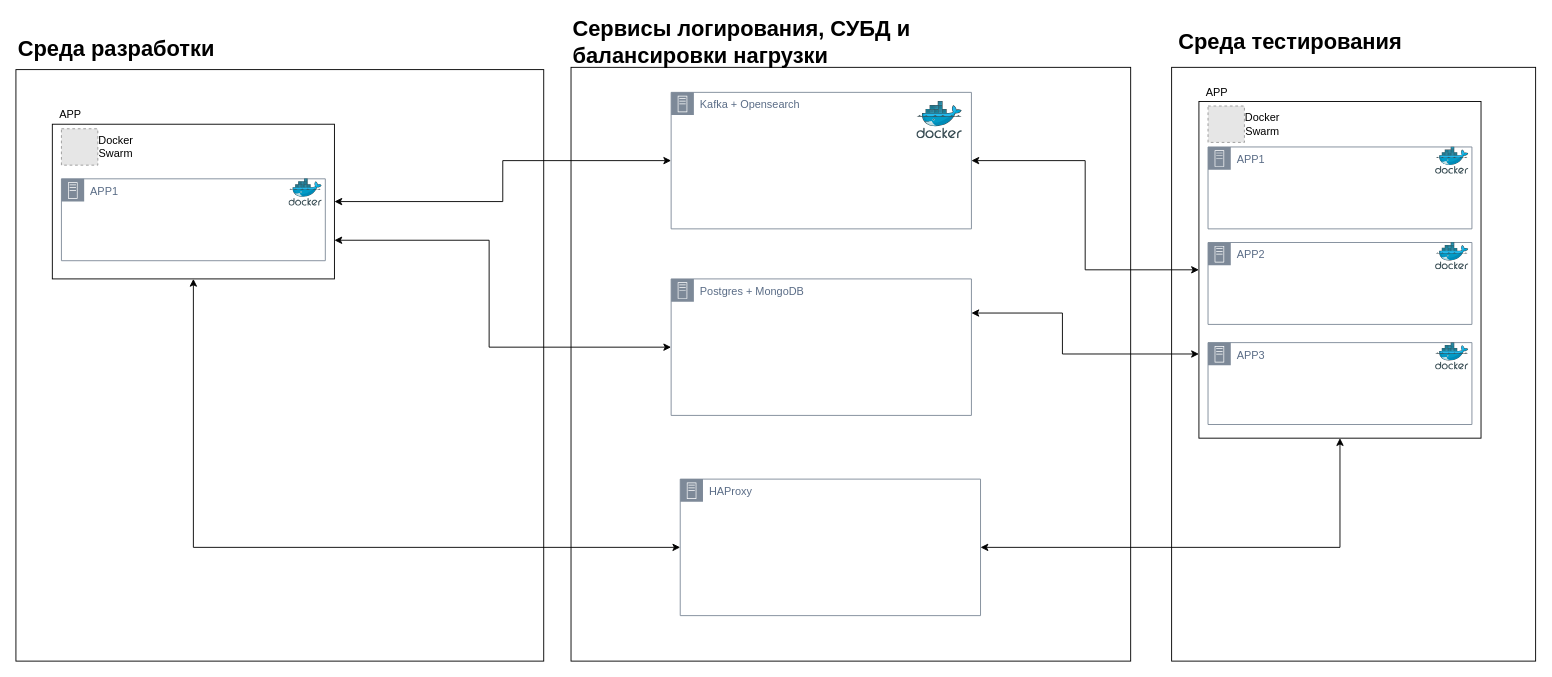
The draw.io diagram page "Среда разработки/среда тестирования" (1 of 2) of Диаграмма без названия.drawio in SamRozhkov/DocTrix, before the edit. Source tidied: cells renumbered, new cells numbered last; positions are measured from the earlier drawing's top-left corner, leaving out a move shared by most shapes. Both pictures are drawn from the tidied source at 91%, with x=0, y=0 at pixel (15, 24). Pictures stored in the file or linked from it are replaced by grey dashed boxes.
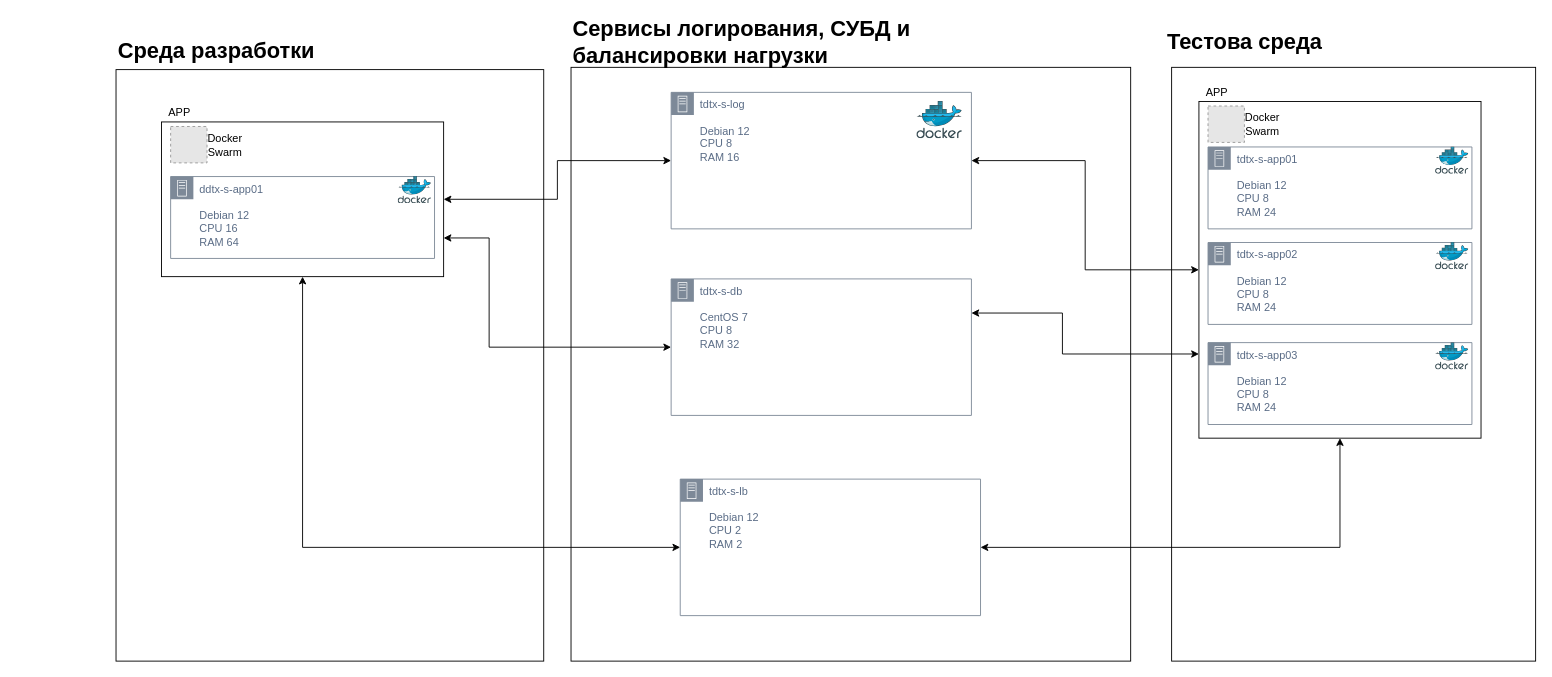
The same page after the edit.

Diff of the diagram source:
```diff
@@
     <mxCell id="3" style="whiteSpace=wrap;html=1;" parent="1" vertex="1">
-      <mxGeometry y="50" width="580" height="650" as="geometry" />
+      <mxGeometry x="110" y="50" width="470" height="650" as="geometry" />
     </mxCell>
     <mxCell id="4" value="Среда разработки" style="text;strokeColor=none;fillColor=none;html=1;fontSize=24;fontStyle=1;verticalAlign=middle;align=center;" parent="1" vertex="1">
-      <mxGeometry x="60" y="7.5" width="100" height="40" as="geometry" />
+      <mxGeometry x="170" y="10" width="100" height="40" as="geometry" />
     </mxCell>
-    <mxCell id="5" value="Kafka + Opensearch&lt;div&gt;&lt;br&gt;&lt;/div&gt;" style="points=[[0,0],[0.25,0],[0.5,0],[0.75,0],[1,0],[1,0.25],[1,0.5],[1,0.75],[1,1],[0.75,1],[0.5,1],[0.25,1],[0,1],[0,0.75],[0,0.5],[0,0.25]];outlineConnect=0;gradientColor=none;html=1;whiteSpace=wrap;fontSize=12;fontStyle=0;shape=mxgraph.aws4.group;grIcon=mxgraph.aws4.group_on_premise;strokeColor=#7D8998;fillColor=none;verticalAlign=top;align=left;spacingLeft=30;fontColor=#5A6C86;dashed=0;" parent="1" vertex="1">
+    <mxCell id="5" value="tdtx-s-log&lt;div&gt;&lt;br&gt;&lt;/div&gt;&lt;div&gt;Debian 12&lt;/div&gt;&lt;div&gt;CPU 8&lt;br&gt;RAM 16&lt;/div&gt;" style="points=[[0,0],[0.25,0],[0.5,0],[0.75,0],[1,0],[1,0.25],[1,0.5],[1,0.75],[1,1],[0.75,1],[0.5,1],[0.25,1],[0,1],[0,0.75],[0,0.5],[0,0.25]];outlineConnect=0;gradientColor=none;html=1;whiteSpace=wrap;fontSize=12;fontStyle=0;shape=mxgraph.aws4.group;grIcon=mxgraph.aws4.group_on_premise;strokeColor=#7D8998;fillColor=none;verticalAlign=top;align=left;spacingLeft=30;fontColor=#5A6C86;dashed=0;" parent="1" vertex="1">
       <mxGeometry x="720" y="75" width="330" height="150" as="geometry" />
     </mxCell>
@@
-    <mxCell id="9" style="whiteSpace=wrap;html=1;" parent="1" vertex="1">
-      <mxGeometry x="40" y="110" width="310" height="170" as="geometry" />
+    <mxCell id="9" style="whiteSpace=wrap;html=1;align=center;" parent="1" vertex="1">
+      <mxGeometry x="160" y="107.5" width="310" height="170" as="geometry" />
     </mxCell>
     <mxCell id="10" style="fillColor=#E6E6E6;strokeColor=#999999;dashed=1;html=1;verticalAlign=top;verticalLabelPosition=bottom;labelBackgroundColor=#ffffff;" parent="1" vertex="1">
-      <mxGeometry x="50" y="115" width="40" height="40" as="geometry" />
+      <mxGeometry x="170" y="112.5" width="40" height="40" as="geometry" />
     </mxCell>
     <mxCell id="11" value="Docker Swarm" style="text;html=1;align=center;verticalAlign=middle;whiteSpace=wrap;rounded=0;" parent="1" vertex="1">
-      <mxGeometry x="80" y="120" width="60" height="30" as="geometry" />
+      <mxGeometry x="200" y="117.5" width="60" height="30" as="geometry" />
     </mxCell>
     <mxCell id="12" value="APP" style="text;html=1;align=center;verticalAlign=middle;whiteSpace=wrap;rounded=0;" parent="1" vertex="1">
-      <mxGeometry x="30" y="85" width="60" height="30" as="geometry" />
+      <mxGeometry x="150" y="82.5" width="60" height="30" as="geometry" />
     </mxCell>
@@
-    <mxCell id="14" value="Среда тестирования" style="text;strokeColor=none;fillColor=none;html=1;fontSize=24;fontStyle=1;verticalAlign=middle;align=center;" parent="1" vertex="1">
-      <mxGeometry x="1350" width="100" height="40" as="geometry" />
+    <mxCell id="14" value="Тестова среда" style="text;strokeColor=none;fillColor=none;html=1;fontSize=24;fontStyle=1;verticalAlign=middle;align=center;" parent="1" vertex="1">
+      <mxGeometry x="1300" width="100" height="40" as="geometry" />
     </mxCell>
@@
-    <mxCell id="21" value="APP1&lt;div&gt;&lt;br&gt;&lt;/div&gt;" style="gradientColor=none;html=1;whiteSpace=wrap;fontSize=12;fontStyle=0;shape=mxgraph.aws4.group;grIcon=mxgraph.aws4.group_on_premise;strokeColor=#7D8998;fillColor=none;verticalAlign=top;align=left;spacingLeft=30;fontColor=#5A6C86;dashed=0;" parent="1" vertex="1">
+    <mxCell id="21" value="tdtx-s-app01&lt;div&gt;&lt;br&gt;&lt;/div&gt;&lt;div&gt;Debian 12&lt;br&gt;CPU 8&lt;br&gt;RAM 24&lt;/div&gt;" style="gradientColor=none;html=1;whiteSpace=wrap;fontSize=12;fontStyle=0;shape=mxgraph.aws4.group;grIcon=mxgraph.aws4.group_on_premise;strokeColor=#7D8998;fillColor=none;verticalAlign=top;align=left;spacingLeft=30;fontColor=#5A6C86;dashed=0;" parent="1" vertex="1">
       <mxGeometry x="1310" y="135" width="290" height="90" as="geometry" />
     </mxCell>
@@
-    <mxCell id="23" value="&lt;div&gt;APP2&lt;/div&gt;" style="gradientColor=none;html=1;whiteSpace=wrap;fontSize=12;fontStyle=0;shape=mxgraph.aws4.group;grIcon=mxgraph.aws4.group_on_premise;strokeColor=#7D8998;fillColor=none;verticalAlign=top;align=left;spacingLeft=30;fontColor=#5A6C86;dashed=0;" parent="1" vertex="1">
+    <mxCell id="23" value="tdtx-s-app02&lt;div&gt;&lt;br&gt;&lt;/div&gt;&lt;div&gt;Debian 12&lt;br&gt;CPU 8&lt;br&gt;RAM 24&lt;br&gt;&lt;/div&gt;" style="gradientColor=none;html=1;whiteSpace=wrap;fontSize=12;fontStyle=0;shape=mxgraph.aws4.group;grIcon=mxgraph.aws4.group_on_premise;strokeColor=#7D8998;fillColor=none;verticalAlign=top;align=left;spacingLeft=30;fontColor=#5A6C86;dashed=0;" parent="1" vertex="1">
       <mxGeometry x="1310" y="240" width="290" height="90" as="geometry" />
     </mxCell>
@@
-    <mxCell id="25" value="&lt;div&gt;APP3&lt;/div&gt;&lt;div&gt;&lt;br&gt;&lt;/div&gt;" style="gradientColor=none;html=1;whiteSpace=wrap;fontSize=12;fontStyle=0;shape=mxgraph.aws4.group;grIcon=mxgraph.aws4.group_on_premise;strokeColor=#7D8998;fillColor=none;verticalAlign=top;align=left;spacingLeft=30;fontColor=#5A6C86;dashed=0;" parent="1" vertex="1">
+    <mxCell id="25" value="tdtx-s-app03&lt;div&gt;&lt;br&gt;&lt;/div&gt;&lt;div&gt;Debian 12&lt;br&gt;CPU 8&lt;br&gt;RAM 24&lt;br&gt;&lt;/div&gt;" style="gradientColor=none;html=1;whiteSpace=wrap;fontSize=12;fontStyle=0;shape=mxgraph.aws4.group;grIcon=mxgraph.aws4.group_on_premise;strokeColor=#7D8998;fillColor=none;verticalAlign=top;align=left;spacingLeft=30;fontColor=#5A6C86;dashed=0;" parent="1" vertex="1">
       <mxGeometry x="1310" y="350" width="290" height="90" as="geometry" />
     </mxCell>
@@
-    <mxCell id="28" value="Postgres + MongoDB" style="points=[[0,0],[0.25,0],[0.5,0],[0.75,0],[1,0],[1,0.25],[1,0.5],[1,0.75],[1,1],[0.75,1],[0.5,1],[0.25,1],[0,1],[0,0.75],[0,0.5],[0,0.25]];outlineConnect=0;gradientColor=none;html=1;whiteSpace=wrap;fontSize=12;fontStyle=0;shape=mxgraph.aws4.group;grIcon=mxgraph.aws4.group_on_premise;strokeColor=#7D8998;fillColor=none;verticalAlign=top;align=left;spacingLeft=30;fontColor=#5A6C86;dashed=0;" parent="1" vertex="1">
+    <mxCell id="28" value="tdtx-s-db&lt;div&gt;&lt;br&gt;&lt;/div&gt;&lt;div&gt;CentOS 7&lt;/div&gt;&lt;div&gt;CPU 8&lt;/div&gt;&lt;div&gt;RAM 32&lt;/div&gt;" style="points=[[0,0],[0.25,0],[0.5,0],[0.75,0],[1,0],[1,0.25],[1,0.5],[1,0.75],[1,1],[0.75,1],[0.5,1],[0.25,1],[0,1],[0,0.75],[0,0.5],[0,0.25]];outlineConnect=0;gradientColor=none;html=1;whiteSpace=wrap;fontSize=12;fontStyle=0;shape=mxgraph.aws4.group;grIcon=mxgraph.aws4.group_on_premise;strokeColor=#7D8998;fillColor=none;verticalAlign=top;align=left;spacingLeft=30;fontColor=#5A6C86;dashed=0;" parent="1" vertex="1">
       <mxGeometry x="720" y="280" width="330" height="150" as="geometry" />
     </mxCell>
@@
-    <mxCell id="31" value="HAProxy" style="points=[[0,0],[0.25,0],[0.5,0],[0.75,0],[1,0],[1,0.25],[1,0.5],[1,0.75],[1,1],[0.75,1],[0.5,1],[0.25,1],[0,1],[0,0.75],[0,0.5],[0,0.25]];outlineConnect=0;gradientColor=none;html=1;whiteSpace=wrap;fontSize=12;fontStyle=0;shape=mxgraph.aws4.group;grIcon=mxgraph.aws4.group_on_premise;strokeColor=#7D8998;fillColor=none;verticalAlign=top;align=left;spacingLeft=30;fontColor=#5A6C86;dashed=0;" parent="1" vertex="1">
+    <mxCell id="31" value="tdtx-s-lb&lt;div&gt;&lt;br&gt;&lt;/div&gt;&lt;div&gt;Debian 12&lt;br&gt;CPU 2&lt;br&gt;RAM 2&lt;/div&gt;" style="points=[[0,0],[0.25,0],[0.5,0],[0.75,0],[1,0],[1,0.25],[1,0.5],[1,0.75],[1,1],[0.75,1],[0.5,1],[0.25,1],[0,1],[0,0.75],[0,0.5],[0,0.25]];outlineConnect=0;gradientColor=none;html=1;whiteSpace=wrap;fontSize=12;fontStyle=0;shape=mxgraph.aws4.group;grIcon=mxgraph.aws4.group_on_premise;strokeColor=#7D8998;fillColor=none;verticalAlign=top;align=left;spacingLeft=30;fontColor=#5A6C86;dashed=0;" parent="1" vertex="1">
       <mxGeometry x="730" y="500" width="330" height="150" as="geometry" />
     </mxCell>
-    <mxCell id="32" value="APP1&lt;div&gt;&lt;br&gt;&lt;/div&gt;" style="gradientColor=none;html=1;whiteSpace=wrap;fontSize=12;fontStyle=0;shape=mxgraph.aws4.group;grIcon=mxgraph.aws4.group_on_premise;strokeColor=#7D8998;fillColor=none;verticalAlign=top;align=left;spacingLeft=30;fontColor=#5A6C86;dashed=0;" parent="1" vertex="1">
-      <mxGeometry x="50" y="170" width="290" height="90" as="geometry" />
+    <mxCell id="32" value="&lt;div&gt;ddtx-s-app01&lt;/div&gt;&lt;div&gt;&lt;br&gt;&lt;/div&gt;&lt;div&gt;Debian 12&amp;nbsp;&lt;br&gt;CPU 16&lt;/div&gt;&lt;div&gt;RAM 64&lt;/div&gt;" style="gradientColor=none;html=1;whiteSpace=wrap;fontSize=12;fontStyle=0;shape=mxgraph.aws4.group;grIcon=mxgraph.aws4.group_on_premise;strokeColor=#7D8998;fillColor=none;verticalAlign=top;align=left;spacingLeft=30;fontColor=#5A6C86;dashed=0;" parent="1" vertex="1">
+      <mxGeometry x="170" y="167.5" width="290" height="90" as="geometry" />
     </mxCell>
```
